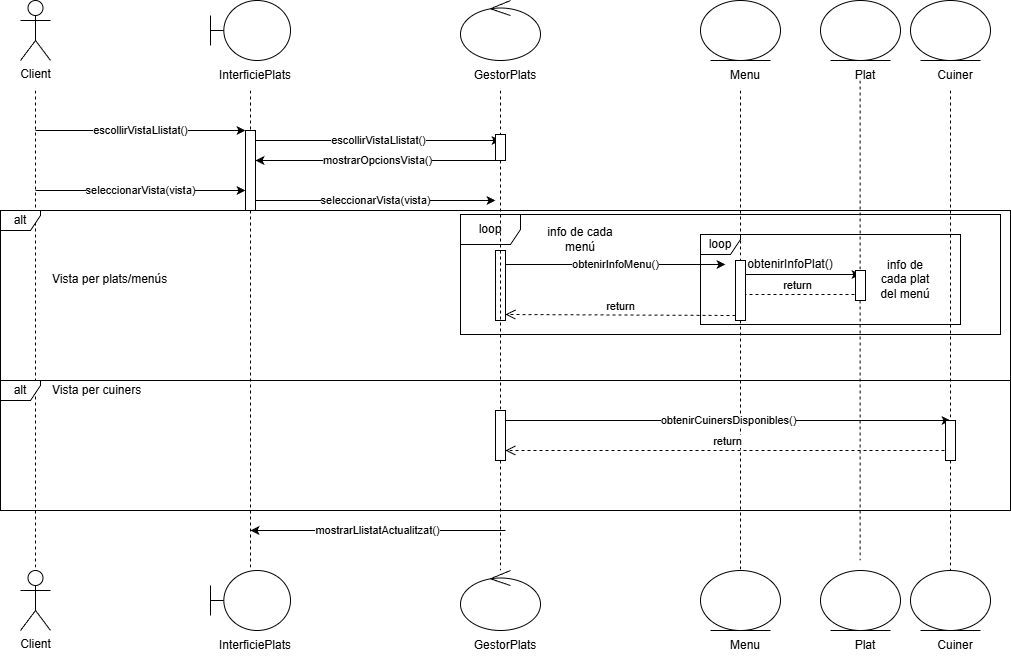
The draw.io diagram Diagrames/Diagrames seqüència/Diagrames Sebastián Díaz Carrasco/escollir_vista_llistat.png in MarcelPainos/ES26UAB-431-12, before a commit. Source tidied: cells renumbered, new cells last; positions are measured from the earlier drawing's top-left corner, leaving out a move shared by most shapes. Its diagram source:
```xml
<mxGraphModel>
  <root>
    <mxCell id="0" />
    <mxCell id="1" parent="0" />
    <mxCell id="2" value="Client" style="shape=umlActor;verticalLabelPosition=bottom;verticalAlign=top;html=1;" parent="1" vertex="1">
      <mxGeometry x="20" width="30" height="60" as="geometry" />
    </mxCell>
    <mxCell id="3" style="shape=umlBoundary;whiteSpace=wrap;html=1;" parent="1" vertex="1">
      <mxGeometry x="210" width="80" height="60" as="geometry" />
    </mxCell>
    <mxCell id="4" value="InterficiePlats" style="text;html=1;whiteSpace=wrap;strokeColor=none;fillColor=none;align=center;verticalAlign=middle;" parent="1" vertex="1">
      <mxGeometry x="210" y="60" width="90" height="30" as="geometry" />
    </mxCell>
    <mxCell id="5" style="ellipse;shape=umlControl;whiteSpace=wrap;html=1;" parent="1" vertex="1">
      <mxGeometry x="460" width="80" height="60" as="geometry" />
    </mxCell>
    <mxCell id="6" value="GestorPlats" style="text;html=1;whiteSpace=wrap;strokeColor=none;fillColor=none;align=center;verticalAlign=middle;" parent="1" vertex="1">
      <mxGeometry x="460" y="60" width="90" height="30" as="geometry" />
    </mxCell>
    <mxCell id="7" style="ellipse;shape=umlEntity;whiteSpace=wrap;html=1;" parent="1" vertex="1">
      <mxGeometry x="700" width="80" height="60" as="geometry" />
    </mxCell>
    <mxCell id="8" value="Menu" style="text;html=1;whiteSpace=wrap;strokeColor=none;fillColor=none;align=center;verticalAlign=middle;" parent="1" vertex="1">
      <mxGeometry x="700" y="60" width="90" height="30" as="geometry" />
    </mxCell>
    <mxCell id="9" style="ellipse;shape=umlEntity;whiteSpace=wrap;html=1;" parent="1" vertex="1">
      <mxGeometry x="910" width="80" height="60" as="geometry" />
    </mxCell>
    <mxCell id="10" value="Cuiner" style="text;html=1;whiteSpace=wrap;strokeColor=none;fillColor=none;align=center;verticalAlign=middle;" parent="1" vertex="1">
      <mxGeometry x="915" y="60" width="80" height="30" as="geometry" />
    </mxCell>
    <mxCell id="11" style="endArrow=none;dashed=1;html=1;rounded=0;" parent="1" edge="1">
      <mxGeometry relative="1" as="geometry">
        <mxPoint x="35" y="90" as="sourcePoint" />
        <mxPoint x="35" y="570" as="targetPoint" />
      </mxGeometry>
    </mxCell>
    <mxCell id="12" style="endArrow=none;dashed=1;html=1;rounded=0;" parent="1" edge="1">
      <mxGeometry relative="1" as="geometry">
        <mxPoint x="250" y="90" as="sourcePoint" />
        <mxPoint x="250" y="570" as="targetPoint" />
      </mxGeometry>
    </mxCell>
    <mxCell id="13" style="endArrow=none;dashed=1;html=1;rounded=0;" parent="1" edge="1" source="43">
      <mxGeometry relative="1" as="geometry">
        <mxPoint x="500" y="570" as="targetPoint" />
      </mxGeometry>
    </mxCell>
    <mxCell id="14" style="endArrow=none;dashed=1;html=1;rounded=0;" parent="1" edge="1" source="56">
      <mxGeometry relative="1" as="geometry">
        <mxPoint x="740" y="570" as="targetPoint" />
      </mxGeometry>
    </mxCell>
    <mxCell id="15" style="endArrow=none;dashed=1;html=1;rounded=0;" parent="1" edge="1" source="60">
      <mxGeometry relative="1" as="geometry">
        <mxPoint x="950" y="570" as="targetPoint" />
      </mxGeometry>
    </mxCell>
    <mxCell id="16" style="html=1;perimeter=orthogonalPerimeter;" parent="1" vertex="1">
      <mxGeometry x="245" y="130" width="10" height="80" as="geometry" />
    </mxCell>
    <mxCell id="17" style="html=1;perimeter=orthogonalPerimeter;" parent="1" vertex="1">
      <mxGeometry x="495" y="250" width="10" height="70" as="geometry" />
    </mxCell>
    <mxCell id="18" value="escollirVistaLlistat()" style="endArrow=classic;html=1;rounded=0;" parent="1" edge="1">
      <mxGeometry relative="1" as="geometry">
        <mxPoint x="35" y="130" as="sourcePoint" />
        <mxPoint x="245" y="130" as="targetPoint" />
      </mxGeometry>
    </mxCell>
    <mxCell id="19" value="seleccionarVista(vista)" style="endArrow=classic;html=1;rounded=0;" parent="1" edge="1">
      <mxGeometry relative="1" as="geometry">
        <mxPoint x="35" y="190" as="sourcePoint" />
        <mxPoint x="245" y="190" as="targetPoint" />
      </mxGeometry>
    </mxCell>
    <mxCell id="20" value="seleccionarVista(vista)" style="endArrow=classic;html=1;rounded=0;" parent="1" edge="1">
      <mxGeometry relative="1" as="geometry">
        <mxPoint x="255" y="200" as="sourcePoint" />
        <mxPoint x="495" y="200" as="targetPoint" />
      </mxGeometry>
    </mxCell>
    <mxCell id="21" value="alt" style="shape=umlFrame;whiteSpace=wrap;html=1;width=40;height=20;fillColor=default;" parent="1" vertex="1">
      <mxGeometry y="210" width="1010" height="170" as="geometry" />
    </mxCell>
    <mxCell id="22" value="Vista per plats/menús" style="text;html=1;whiteSpace=wrap;strokeColor=none;fillColor=none;align=left;verticalAlign=middle;" parent="1" vertex="1">
      <mxGeometry x="50" y="264" width="220" height="30" as="geometry" />
    </mxCell>
    <mxCell id="23" value="Vista per cuiners" style="text;html=1;whiteSpace=wrap;strokeColor=none;fillColor=none;align=left;verticalAlign=middle;" parent="1" vertex="1">
      <mxGeometry x="50" y="375" width="220" height="30" as="geometry" />
    </mxCell>
    <mxCell id="24" value="obtenirCuinersDisponibles()" style="endArrow=classic;html=1;rounded=0;" parent="1" edge="1">
      <mxGeometry relative="1" as="geometry">
        <mxPoint x="505" y="420" as="sourcePoint" />
        <mxPoint x="950" y="420" as="targetPoint" />
      </mxGeometry>
    </mxCell>
    <mxCell id="25" value="return" style="html=1;verticalAlign=bottom;endArrow=open;dashed=1;endSize=8;curved=0;rounded=0;" parent="1" edge="1">
      <mxGeometry relative="1" as="geometry">
        <mxPoint x="950" y="450" as="sourcePoint" />
        <mxPoint x="505" y="450" as="targetPoint" />
      </mxGeometry>
    </mxCell>
    <mxCell id="26" value="mostrarLlistatActualitzat()" style="endArrow=classic;html=1;rounded=0;" parent="1" edge="1">
      <mxGeometry relative="1" as="geometry">
        <mxPoint x="505" y="530" as="sourcePoint" />
        <mxPoint x="250" y="530" as="targetPoint" />
      </mxGeometry>
    </mxCell>
    <mxCell id="27" value="alt" style="shape=umlFrame;whiteSpace=wrap;html=1;width=40;height=20;fillColor=default;" parent="1" vertex="1">
      <mxGeometry y="380" width="1010" height="130" as="geometry" />
    </mxCell>
    <mxCell id="28" value="escollirVistaLlistat()" style="endArrow=classic;html=1;rounded=0;" parent="1" edge="1">
      <mxGeometry relative="1" as="geometry">
        <mxPoint x="255" y="140" as="sourcePoint" />
        <mxPoint x="500" y="140" as="targetPoint" />
      </mxGeometry>
    </mxCell>
    <mxCell id="29" value="mostrarOpcionsVista()" style="endArrow=classic;html=1;rounded=0;" parent="1" edge="1">
      <mxGeometry relative="1" as="geometry">
        <mxPoint x="500" y="160" as="sourcePoint" />
        <mxPoint x="255" y="160" as="targetPoint" />
      </mxGeometry>
    </mxCell>
    <mxCell id="30" value="obtenirInfoMenu()" style="endArrow=classic;html=1;rounded=0;" parent="1" edge="1">
      <mxGeometry relative="1" as="geometry">
        <mxPoint x="505" y="264" as="sourcePoint" />
        <mxPoint x="725" y="264" as="targetPoint" />
      </mxGeometry>
    </mxCell>
    <mxCell id="31" value="return" style="html=1;verticalAlign=bottom;endArrow=open;dashed=1;endSize=8;curved=0;rounded=0;exitX=0;exitY=1;exitDx=0;exitDy=-5;exitPerimeter=0;" parent="1" edge="1" source="56">
      <mxGeometry relative="1" as="geometry">
        <mxPoint x="505" y="314" as="targetPoint" />
      </mxGeometry>
    </mxCell>
    <mxCell id="32" style="endArrow=classic;html=1;rounded=0;" parent="1" edge="1">
      <mxGeometry relative="1" as="geometry">
        <mxPoint x="740" y="274" as="sourcePoint" />
        <mxPoint x="860" y="274" as="targetPoint" />
      </mxGeometry>
    </mxCell>
    <mxCell id="33" value="obtenirInfoPlat()" style="text;html=1;whiteSpace=wrap;strokeColor=none;fillColor=none;align=center;verticalAlign=middle;rounded=0;" parent="1" vertex="1">
      <mxGeometry x="760" y="254" width="60" height="20" as="geometry" />
    </mxCell>
    <mxCell id="34" value="return" style="html=1;verticalAlign=bottom;endArrow=open;dashed=1;endSize=8;curved=0;rounded=0;" parent="1" edge="1">
      <mxGeometry relative="1" as="geometry">
        <mxPoint x="860" y="294" as="sourcePoint" />
        <mxPoint x="735" y="294" as="targetPoint" />
      </mxGeometry>
    </mxCell>
    <mxCell id="35" value="loop" style="shape=umlFrame;whiteSpace=wrap;html=1;" parent="1" vertex="1">
      <mxGeometry x="460" y="214" width="540" height="120" as="geometry" />
    </mxCell>
    <mxCell id="36" value="loop" style="shape=umlFrame;whiteSpace=wrap;html=1;width=40;height=20;" parent="1" vertex="1">
      <mxGeometry x="700" y="234" width="260" height="90" as="geometry" />
    </mxCell>
    <mxCell id="37" value="info de cada plat del menú" style="text;html=1;whiteSpace=wrap;strokeColor=none;fillColor=none;align=center;verticalAlign=middle;rounded=0;" parent="1" vertex="1">
      <mxGeometry x="875" y="264" width="60" height="30" as="geometry" />
    </mxCell>
    <mxCell id="38" value="info de cada menú" style="text;html=1;whiteSpace=wrap;strokeColor=none;fillColor=none;align=center;verticalAlign=middle;rounded=0;" parent="1" vertex="1">
      <mxGeometry x="530" y="224" width="100" height="30" as="geometry" />
    </mxCell>
    <mxCell id="39" style="ellipse;shape=umlEntity;whiteSpace=wrap;html=1;" parent="1" vertex="1">
      <mxGeometry x="820" width="80" height="60" as="geometry" />
    </mxCell>
    <mxCell id="40" value="Plat" style="text;html=1;whiteSpace=wrap;strokeColor=none;fillColor=none;align=center;verticalAlign=middle;" parent="1" vertex="1">
      <mxGeometry x="820" y="60" width="90" height="30" as="geometry" />
    </mxCell>
    <mxCell id="41" style="endArrow=none;dashed=1;html=1;rounded=0;" parent="1" edge="1" source="58">
      <mxGeometry relative="1" as="geometry">
        <mxPoint x="859.6" y="560" as="targetPoint" />
      </mxGeometry>
    </mxCell>
    <mxCell id="42" style="endArrow=none;dashed=1;html=1;rounded=0;" parent="1" edge="1" source="62" target="43">
      <mxGeometry relative="1" as="geometry" />
    </mxCell>
    <mxCell id="43" style="html=1;points=[[0,0,0,0,5],[0,1,0,0,-5],[1,0,0,0,5],[1,1,0,0,-5]];perimeter=orthogonalPerimeter;outlineConnect=0;" parent="1" vertex="1">
      <mxGeometry x="495" y="410" width="10" height="50" as="geometry" />
    </mxCell>
    <mxCell id="44" value="Client" style="shape=umlActor;verticalLabelPosition=bottom;verticalAlign=top;html=1;" parent="1" vertex="1">
      <mxGeometry x="20" y="570" width="30" height="60" as="geometry" />
    </mxCell>
    <mxCell id="45" style="shape=umlBoundary;whiteSpace=wrap;html=1;" parent="1" vertex="1">
      <mxGeometry x="210" y="570" width="80" height="60" as="geometry" />
    </mxCell>
    <mxCell id="46" value="InterficiePlats" style="text;html=1;whiteSpace=wrap;strokeColor=none;fillColor=none;align=center;verticalAlign=middle;" parent="1" vertex="1">
      <mxGeometry x="210" y="630" width="90" height="30" as="geometry" />
    </mxCell>
    <mxCell id="47" style="ellipse;shape=umlControl;whiteSpace=wrap;html=1;" parent="1" vertex="1">
      <mxGeometry x="460" y="570" width="80" height="60" as="geometry" />
    </mxCell>
    <mxCell id="48" value="GestorPlats" style="text;html=1;whiteSpace=wrap;strokeColor=none;fillColor=none;align=center;verticalAlign=middle;" parent="1" vertex="1">
      <mxGeometry x="460" y="630" width="90" height="30" as="geometry" />
    </mxCell>
    <mxCell id="49" style="ellipse;shape=umlEntity;whiteSpace=wrap;html=1;" parent="1" vertex="1">
      <mxGeometry x="700" y="570" width="80" height="60" as="geometry" />
    </mxCell>
    <mxCell id="50" value="Menu" style="text;html=1;whiteSpace=wrap;strokeColor=none;fillColor=none;align=center;verticalAlign=middle;" parent="1" vertex="1">
      <mxGeometry x="700" y="630" width="90" height="30" as="geometry" />
    </mxCell>
    <mxCell id="51" style="ellipse;shape=umlEntity;whiteSpace=wrap;html=1;" parent="1" vertex="1">
      <mxGeometry x="910" y="570" width="80" height="60" as="geometry" />
    </mxCell>
    <mxCell id="52" value="Cuiner" style="text;html=1;whiteSpace=wrap;strokeColor=none;fillColor=none;align=center;verticalAlign=middle;" parent="1" vertex="1">
      <mxGeometry x="915" y="630" width="80" height="30" as="geometry" />
    </mxCell>
    <mxCell id="53" style="ellipse;shape=umlEntity;whiteSpace=wrap;html=1;" parent="1" vertex="1">
      <mxGeometry x="820" y="570" width="80" height="60" as="geometry" />
    </mxCell>
    <mxCell id="54" value="Plat" style="text;html=1;whiteSpace=wrap;strokeColor=none;fillColor=none;align=center;verticalAlign=middle;" parent="1" vertex="1">
      <mxGeometry x="820" y="630" width="90" height="30" as="geometry" />
    </mxCell>
    <mxCell id="55" style="endArrow=none;dashed=1;html=1;rounded=0;" parent="1" edge="1" target="56">
      <mxGeometry relative="1" as="geometry">
        <mxPoint x="740" y="90" as="sourcePoint" />
      </mxGeometry>
    </mxCell>
    <mxCell id="56" style="html=1;points=[[0,0,0,0,5],[0,1,0,0,-5],[1,0,0,0,5],[1,1,0,0,-5]];perimeter=orthogonalPerimeter;outlineConnect=0;targetShapes=umlLifeline;portConstraint=eastwest;newEdgeStyle={&quot;curved&quot;:0,&quot;rounded&quot;:0};" parent="1" vertex="1">
      <mxGeometry x="735" y="260" width="10" height="60" as="geometry" />
    </mxCell>
    <mxCell id="57" style="endArrow=none;dashed=1;html=1;rounded=0;" parent="1" edge="1" target="58">
      <mxGeometry relative="1" as="geometry">
        <mxPoint x="859.6" y="80" as="sourcePoint" />
      </mxGeometry>
    </mxCell>
    <mxCell id="58" style="html=1;points=[[0,0,0,0,5],[0,1,0,0,-5],[1,0,0,0,5],[1,1,0,0,-5]];perimeter=orthogonalPerimeter;outlineConnect=0;targetShapes=umlLifeline;portConstraint=eastwest;newEdgeStyle={&quot;curved&quot;:0,&quot;rounded&quot;:0};" parent="1" vertex="1">
      <mxGeometry x="855" y="270" width="10" height="30" as="geometry" />
    </mxCell>
    <mxCell id="59" style="endArrow=none;dashed=1;html=1;rounded=0;" parent="1" edge="1" target="60">
      <mxGeometry relative="1" as="geometry">
        <mxPoint x="950" y="90" as="sourcePoint" />
      </mxGeometry>
    </mxCell>
    <mxCell id="60" style="html=1;points=[[0,0,0,0,5],[0,1,0,0,-5],[1,0,0,0,5],[1,1,0,0,-5]];perimeter=orthogonalPerimeter;outlineConnect=0;targetShapes=umlLifeline;portConstraint=eastwest;newEdgeStyle={&quot;curved&quot;:0,&quot;rounded&quot;:0};" parent="1" vertex="1">
      <mxGeometry x="945" y="420" width="10" height="40" as="geometry" />
    </mxCell>
    <mxCell id="61" style="endArrow=none;dashed=1;html=1;rounded=0;" parent="1" edge="1" target="62">
      <mxGeometry relative="1" as="geometry">
        <mxPoint x="500" y="90" as="sourcePoint" />
      </mxGeometry>
    </mxCell>
    <mxCell id="62" style="html=1;points=[[0,0,0,0,5],[0,1,0,0,-5],[1,0,0,0,5],[1,1,0,0,-5]];perimeter=orthogonalPerimeter;outlineConnect=0;targetShapes=umlLifeline;portConstraint=eastwest;newEdgeStyle={&quot;curved&quot;:0,&quot;rounded&quot;:0};" parent="1" vertex="1">
      <mxGeometry x="495" y="134" width="10" height="26" as="geometry" />
    </mxCell>
  </root>
</mxGraphModel>
```
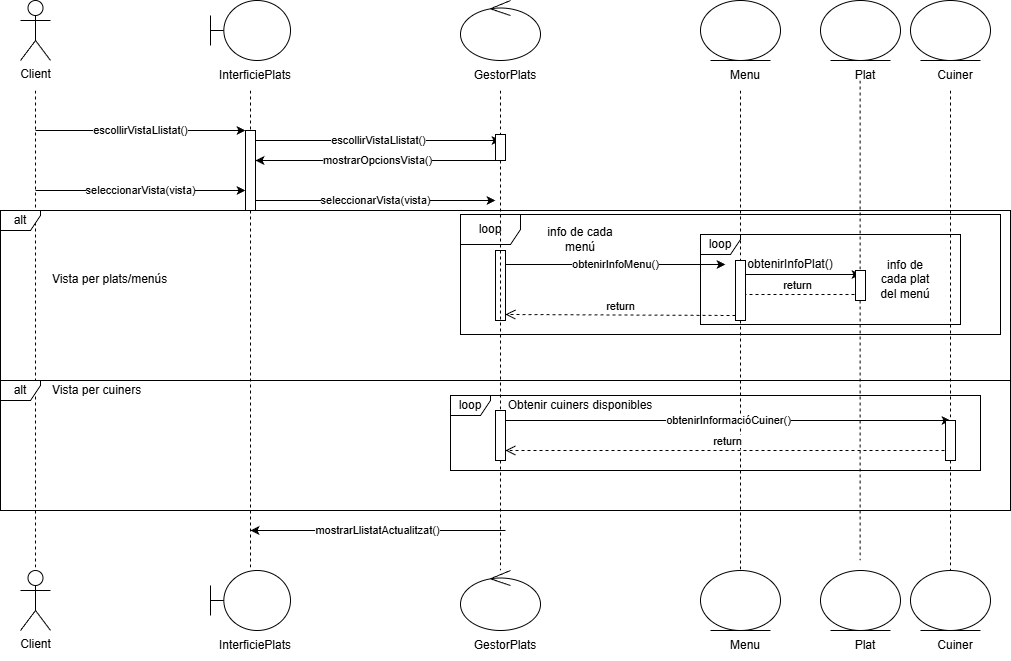
After the change.

Diff of the diagram source:
```diff
@@ -89,7 +89,7 @@
     <mxCell id="23" value="Vista per cuiners" style="text;html=1;whiteSpace=wrap;strokeColor=none;fillColor=none;align=left;verticalAlign=middle;" parent="1" vertex="1">
       <mxGeometry x="50" y="375" width="220" height="30" as="geometry" />
     </mxCell>
-    <mxCell id="24" value="obtenirCuinersDisponibles()" style="endArrow=classic;html=1;rounded=0;" parent="1" edge="1">
+    <mxCell id="24" value="obtenirInformacióCuiner()" style="endArrow=classic;html=1;rounded=0;" parent="1" edge="1">
       <mxGeometry relative="1" as="geometry">
         <mxPoint x="505" y="420" as="sourcePoint" />
         <mxPoint x="950" y="420" as="targetPoint" />
@@ -242,5 +242,11 @@
     <mxCell id="62" style="html=1;points=[[0,0,0,0,5],[0,1,0,0,-5],[1,0,0,0,5],[1,1,0,0,-5]];perimeter=orthogonalPerimeter;outlineConnect=0;targetShapes=umlLifeline;portConstraint=eastwest;newEdgeStyle={&quot;curved&quot;:0,&quot;rounded&quot;:0};" parent="1" vertex="1">
       <mxGeometry x="495" y="134" width="10" height="26" as="geometry" />
     </mxCell>
+    <mxCell id="63" value="loop" style="shape=umlFrame;whiteSpace=wrap;html=1;width=40;height=20;" parent="1" vertex="1">
+      <mxGeometry x="450" y="395" width="530" height="75" as="geometry" />
+    </mxCell>
+    <mxCell id="64" value="Obtenir cuiners disponibles" style="text;html=1;whiteSpace=wrap;strokeColor=none;fillColor=none;align=center;verticalAlign=middle;rounded=0;" parent="1" vertex="1">
+      <mxGeometry x="505" y="395" width="150" height="20" as="geometry" />
+    </mxCell>
   </root>
 </mxGraphModel>
```
